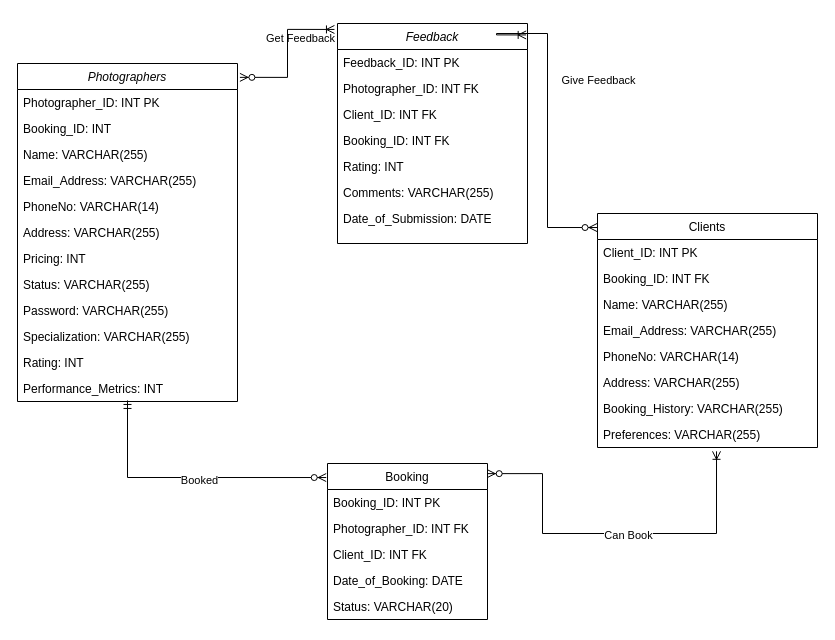
Earlier version of the draw.io diagram FocalFinder.drawio (ahsansiddiqui2/ER_Diagram). Source tidied: cells renumbered, new cells numbered last; positions are measured from the earlier drawing's top-left corner, leaving out a move shared by most shapes. Both pictures are drawn from the tidied source at 100%, with x=0, y=0 at pixel (17, 23).
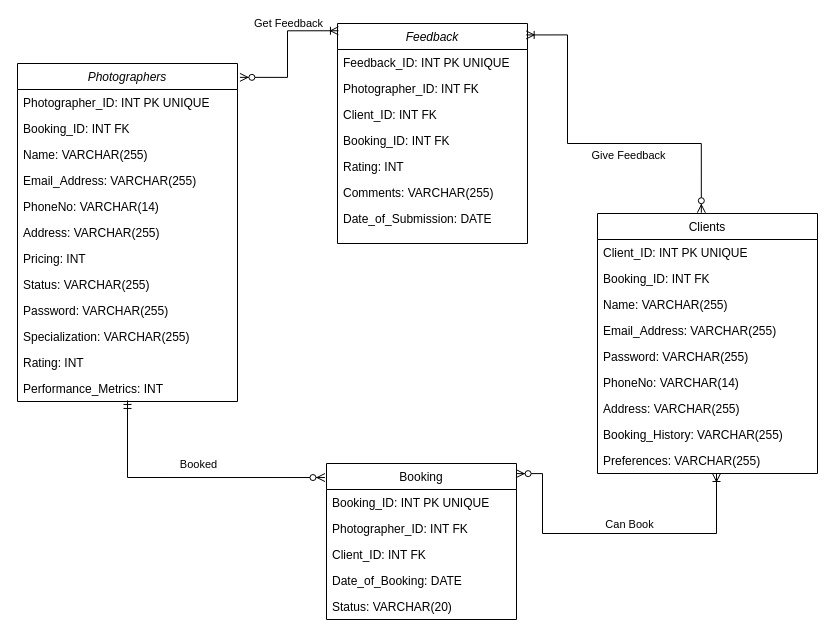
After the change.

Unchanged cells that the change refers to:
```xml
<mxCell id="2" value="Photographers" style="swimlane;fontStyle=2;align=center;verticalAlign=top;horizontal=1;startSize=26;rounded=0;shadow=0;strokeWidth=1;fillColor=none;" parent="1" vertex="1">
  <mxGeometry y="40" width="220" height="338" as="geometry" />
</mxCell>
<mxCell id="30" value="Feedback" style="swimlane;fontStyle=2;align=center;verticalAlign=top;horizontal=1;startSize=26;rounded=0;shadow=0;strokeWidth=1;fillColor=none;" parent="1" vertex="1">
  <mxGeometry x="320" width="190" height="220" as="geometry" />
</mxCell>
<mxCell id="42" style="edgeStyle=orthogonalEdgeStyle;fontSize=12;html=1;endArrow=ERzeroToMany;startArrow=ERmandOne;rounded=0;entryX=-0.008;entryY=0.09;entryDx=0;entryDy=0;entryPerimeter=0;exitX=0.5;exitY=0.96;exitDx=0;exitDy=0;exitPerimeter=0;" parent="1" edge="1" source="14" target="15">
  <mxGeometry relative="1" as="geometry">
    <Array as="points">
      <mxPoint x="110" y="454" />
    </Array>
  </mxGeometry>
</mxCell>
```

Change to the diagram source:
```diff
@@
-    <mxCell id="3" value="Photographer_ID: INT PK" style="text;align=left;verticalAlign=top;spacingLeft=4;spacingRight=4;overflow=hidden;" parent="2" vertex="1">
+    <mxCell id="3" value="Photographer_ID: INT PK UNIQUE" style="text;align=left;verticalAlign=top;spacingLeft=4;spacingRight=4;overflow=hidden;" parent="2" vertex="1">
       <mxGeometry y="26" width="220" height="26" as="geometry" />
     </mxCell>
-    <mxCell id="4" value="Booking_ID: INT" style="text;align=left;verticalAlign=top;spacingLeft=4;spacingRight=4;overflow=hidden;" parent="2" vertex="1">
+    <mxCell id="4" value="Booking_ID: INT FK" style="text;align=left;verticalAlign=top;spacingLeft=4;spacingRight=4;overflow=hidden;" parent="2" vertex="1">
       <mxGeometry y="52" width="220" height="26" as="geometry" />
     </mxCell>
@@
     <mxCell id="15" value="Booking" style="swimlane;fontStyle=0;align=center;verticalAlign=top;horizontal=1;startSize=26;rounded=0;shadow=0;strokeWidth=1;fillColor=none;" parent="1" vertex="1">
-      <mxGeometry x="310" y="440" width="160" height="156" as="geometry" />
+      <mxGeometry x="309" y="440" width="190" height="156" as="geometry" />
     </mxCell>
-    <mxCell id="16" value="Booking_ID: INT PK" style="text;align=left;verticalAlign=top;spacingLeft=4;spacingRight=4;overflow=hidden;fillColor=none;" parent="15" vertex="1">
-      <mxGeometry y="26" width="160" height="26" as="geometry" />
+    <mxCell id="16" value="Booking_ID: INT PK UNIQUE" style="text;align=left;verticalAlign=top;spacingLeft=4;spacingRight=4;overflow=hidden;fillColor=none;" parent="15" vertex="1">
+      <mxGeometry y="26" width="190" height="26" as="geometry" />
     </mxCell>
     <mxCell id="17" value="Photographer_ID: INT FK" style="text;align=left;verticalAlign=top;spacingLeft=4;spacingRight=4;overflow=hidden;rounded=0;shadow=0;html=0;" parent="15" vertex="1">
-      <mxGeometry y="52" width="160" height="26" as="geometry" />
+      <mxGeometry y="52" width="190" height="26" as="geometry" />
     </mxCell>
     <mxCell id="18" value="Client_ID: INT FK" style="text;align=left;verticalAlign=top;spacingLeft=4;spacingRight=4;overflow=hidden;fontStyle=0;" parent="15" vertex="1">
-      <mxGeometry y="78" width="160" height="26" as="geometry" />
+      <mxGeometry y="78" width="190" height="26" as="geometry" />
     </mxCell>
     <mxCell id="19" value="Date_of_Booking: DATE" style="text;align=left;verticalAlign=top;spacingLeft=4;spacingRight=4;overflow=hidden;" parent="15" vertex="1">
-      <mxGeometry y="104" width="160" height="26" as="geometry" />
+      <mxGeometry y="104" width="190" height="26" as="geometry" />
     </mxCell>
     <mxCell id="20" value="Status: VARCHAR(20)" style="text;align=left;verticalAlign=top;spacingLeft=4;spacingRight=4;overflow=hidden;" parent="15" vertex="1">
-      <mxGeometry y="130" width="160" height="26" as="geometry" />
+      <mxGeometry y="130" width="190" height="26" as="geometry" />
     </mxCell>
     <mxCell id="21" value="Clients" style="swimlane;fontStyle=0;align=center;verticalAlign=top;horizontal=1;startSize=26;rounded=0;shadow=0;strokeWidth=1;fillColor=none;" parent="1" vertex="1">
-      <mxGeometry x="580" y="190" width="220" height="234" as="geometry" />
+      <mxGeometry x="580" y="190" width="220" height="260" as="geometry" />
     </mxCell>
-    <mxCell id="22" value="Client_ID: INT PK" style="text;align=left;verticalAlign=top;spacingLeft=4;spacingRight=4;overflow=hidden;" parent="21" vertex="1">
+    <mxCell id="22" value="Client_ID: INT PK UNIQUE" style="text;align=left;verticalAlign=top;spacingLeft=4;spacingRight=4;overflow=hidden;" parent="21" vertex="1">
       <mxGeometry y="26" width="220" height="26" as="geometry" />
     </mxCell>
@@
+    <mxCell id="46" value="Email_Address: VARCHAR(255)" style="text;align=left;verticalAlign=top;spacingLeft=4;spacingRight=4;overflow=hidden;rounded=0;shadow=0;html=0;" parent="21" vertex="1">
+      <mxGeometry y="104" width="220" height="26" as="geometry" />
+    </mxCell>
-    <mxCell id="25" value="Email_Address: VARCHAR(255)" style="text;align=left;verticalAlign=top;spacingLeft=4;spacingRight=4;overflow=hidden;rounded=0;shadow=0;html=0;" parent="21" vertex="1">
-      <mxGeometry y="104" width="220" height="26" as="geometry" />
+    <mxCell id="25" value="Password: VARCHAR(255)" style="text;align=left;verticalAlign=top;spacingLeft=4;spacingRight=4;overflow=hidden;rounded=0;shadow=0;html=0;" parent="21" vertex="1">
+      <mxGeometry y="130" width="220" height="26" as="geometry" />
     </mxCell>
     <mxCell id="26" value="PhoneNo: VARCHAR(14)" style="text;align=left;verticalAlign=top;spacingLeft=4;spacingRight=4;overflow=hidden;rounded=0;shadow=0;html=0;" parent="21" vertex="1">
-      <mxGeometry y="130" width="220" height="26" as="geometry" />
+      <mxGeometry y="156" width="220" height="26" as="geometry" />
     </mxCell>
     <mxCell id="27" value="Address: VARCHAR(255)" style="text;align=left;verticalAlign=top;spacingLeft=4;spacingRight=4;overflow=hidden;rounded=0;shadow=0;html=0;" parent="21" vertex="1">
-      <mxGeometry y="156" width="220" height="26" as="geometry" />
+      <mxGeometry y="182" width="220" height="26" as="geometry" />
     </mxCell>
     <mxCell id="28" value="Booking_History: VARCHAR(255)" style="text;align=left;verticalAlign=top;spacingLeft=4;spacingRight=4;overflow=hidden;rounded=0;shadow=0;html=0;" parent="21" vertex="1">
-      <mxGeometry y="182" width="220" height="26" as="geometry" />
+      <mxGeometry y="208" width="220" height="26" as="geometry" />
     </mxCell>
     <mxCell id="29" value="Preferences: VARCHAR(255)" style="text;align=left;verticalAlign=top;spacingLeft=4;spacingRight=4;overflow=hidden;points=[[0,0.5],[1,0.5]];portConstraint=eastwest;rounded=0;shadow=0;html=0;" parent="21" vertex="1">
-      <mxGeometry y="208" width="220" height="26" as="geometry" />
+      <mxGeometry y="234" width="220" height="26" as="geometry" />
     </mxCell>
@@
-    <mxCell id="31" value="Feedback_ID: INT PK" style="text;align=left;verticalAlign=top;spacingLeft=4;spacingRight=4;overflow=hidden;" parent="30" vertex="1">
+    <mxCell id="31" value="Feedback_ID: INT PK UNIQUE" style="text;align=left;verticalAlign=top;spacingLeft=4;spacingRight=4;overflow=hidden;" parent="30" vertex="1">
       <mxGeometry y="26" width="190" height="26" as="geometry" />
     </mxCell>
@@
-    <mxCell id="38" style="edgeStyle=orthogonalEdgeStyle;fontSize=12;html=1;endArrow=ERoneToMany;startArrow=ERzeroToMany;rounded=0;exitX=1.011;exitY=0.041;exitDx=0;exitDy=0;exitPerimeter=0;entryX=-0.016;entryY=0.027;entryDx=0;entryDy=0;entryPerimeter=0;" parent="1" edge="1" source="2" target="30">
+    <mxCell id="38" style="edgeStyle=orthogonalEdgeStyle;fontSize=12;html=1;endArrow=ERoneToMany;startArrow=ERzeroToMany;rounded=0;exitX=1.011;exitY=0.041;exitDx=0;exitDy=0;exitPerimeter=0;entryX=0.005;entryY=0.033;entryDx=0;entryDy=0;entryPerimeter=0;" parent="1" edge="1" source="2" target="30">
       <mxGeometry relative="1" as="geometry" />
     </mxCell>
     <mxCell id="39" value="&lt;span style=&quot;&quot;&gt;Get Feedback&lt;/span&gt;" style="edgeLabel;html=1;align=center;verticalAlign=middle;labelBackgroundColor=none;" parent="38" vertex="1">
       <mxGeometry x="-0.17" y="-1" relative="1" as="geometry">
-        <mxPoint x="11" y="-28" as="offset" />
+        <mxPoint x="-1" y="-42" as="offset" />
       </mxGeometry>
     </mxCell>
-    <mxCell id="40" style="fontSize=12;html=1;endArrow=ERoneToMany;startArrow=ERzeroToMany;rounded=0;exitX=-0.002;exitY=0.06;exitDx=0;exitDy=0;exitPerimeter=0;entryX=0.993;entryY=0.052;entryDx=0;entryDy=0;entryPerimeter=0;edgeStyle=orthogonalEdgeStyle;" parent="1" edge="1" source="21" target="30">
+    <mxCell id="40" style="fontSize=12;html=1;endArrow=ERoneToMany;startArrow=ERzeroToMany;rounded=0;exitX=0.472;exitY=-0.003;exitDx=0;exitDy=0;exitPerimeter=0;entryX=0.993;entryY=0.052;entryDx=0;entryDy=0;entryPerimeter=0;edgeStyle=orthogonalEdgeStyle;" parent="1" edge="1" source="21" target="30">
       <mxGeometry relative="1" as="geometry">
         <Array as="points">
-          <mxPoint x="530" y="204" />
-          <mxPoint x="530" y="10" />
-          <mxPoint x="479" y="10" />
+          <mxPoint x="684" y="120" />
+          <mxPoint x="550" y="120" />
+          <mxPoint x="550" y="11" />
         </Array>
       </mxGeometry>
     </mxCell>
     <mxCell id="41" value="&lt;span style=&quot;&quot;&gt;Give Feedback&lt;/span&gt;" style="edgeLabel;html=1;align=center;verticalAlign=middle;labelBackgroundColor=none;" parent="40" vertex="1">
       <mxGeometry x="0.27" y="-5" relative="1" as="geometry">
-        <mxPoint x="45" y="10" as="offset" />
+        <mxPoint x="55" y="32" as="offset" />
       </mxGeometry>
     </mxCell>
@@
-    <mxCell id="43" value="Booked" style="edgeLabel;html=1;align=center;verticalAlign=middle;" parent="42" vertex="1">
-      <mxGeometry x="0.08" y="-2" relative="1" as="geometry" />
+    <mxCell id="43" value="Booked" style="edgeLabel;html=1;align=center;verticalAlign=middle;labelBackgroundColor=none;" parent="42" vertex="1">
+      <mxGeometry x="0.08" y="-2" relative="1" as="geometry">
+        <mxPoint y="-16" as="offset" />
+      </mxGeometry>
     </mxCell>
-    <mxCell id="44" style="edgeStyle=orthogonalEdgeStyle;fontSize=12;html=1;endArrow=ERoneToMany;startArrow=ERzeroToMany;rounded=0;entryX=0.541;entryY=1.147;entryDx=0;entryDy=0;entryPerimeter=0;exitX=0.998;exitY=0.065;exitDx=0;exitDy=0;exitPerimeter=0;" parent="1" edge="1" source="15" target="29">
+    <mxCell id="44" style="edgeStyle=orthogonalEdgeStyle;fontSize=12;html=1;endArrow=ERoneToMany;startArrow=ERzeroToMany;rounded=0;exitX=0.998;exitY=0.065;exitDx=0;exitDy=0;exitPerimeter=0;" parent="1" edge="1" source="15" target="29">
       <mxGeometry relative="1" as="geometry">
         <Array as="points">
           <mxPoint x="525" y="450" />
           <mxPoint x="525" y="510" />
           <mxPoint x="699" y="510" />
         </Array>
       </mxGeometry>
     </mxCell>
-    <mxCell id="45" value="Can Book" style="edgeLabel;html=1;align=center;verticalAlign=middle;" parent="44" vertex="1">
-      <mxGeometry x="0.08" y="-1" relative="1" as="geometry" />
+    <mxCell id="45" value="Can Book" style="edgeLabel;html=1;align=center;verticalAlign=middle;labelBackgroundColor=none;" parent="44" vertex="1">
+      <mxGeometry x="0.08" y="-1" relative="1" as="geometry">
+        <mxPoint y="-11" as="offset" />
+      </mxGeometry>
     </mxCell>
```
